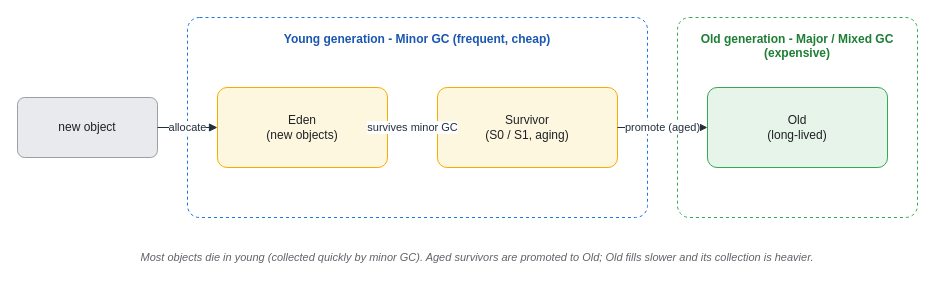
Above: assets/img/jvm/jvm-07-gc-generational.drawio in KKamJi98/kkamji98.github.io (draw.io), before the change. Source tidied: cells renumbered, new cells numbered last; positions are measured from the earlier drawing's top-left corner, leaving out a move shared by most shapes. Both pictures are drawn from the tidied source at 100%, with x=0, y=0 at pixel (17, 17).
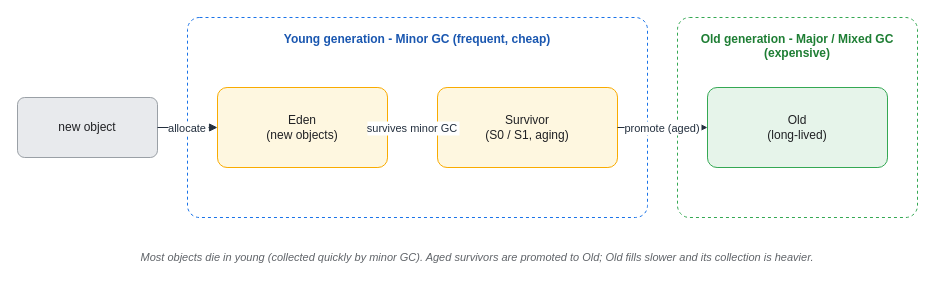
After the change.

Change to the diagram source:
```diff
@@
 <mxGraphModel background="#FFFFFF">
   <root>
     <mxCell id="0" />
     <mxCell id="1" parent="0" />
     <mxCell id="2" value="Young generation  -  Minor GC (frequent, cheap)" style="rounded=1;whiteSpace=wrap;html=1;arcSize=6;shadow=0;fillColor=#FFFFFF;strokeColor=#1A73E8;fontColor=#1A57B0;fontStyle=1;verticalAlign=top;align=center;dashed=1;spacingTop=8;" parent="1" vertex="1">
       <mxGeometry x="170" width="460" height="200" as="geometry" />
     </mxCell>
     <mxCell id="3" value="Old generation  -  Major / Mixed GC (expensive)" style="rounded=1;whiteSpace=wrap;html=1;arcSize=6;shadow=0;fillColor=#FFFFFF;strokeColor=#34A853;fontColor=#1E7E34;fontStyle=1;verticalAlign=top;align=center;dashed=1;spacingTop=8;" parent="1" vertex="1">
       <mxGeometry x="660" width="240" height="200" as="geometry" />
     </mxCell>
     <mxCell id="4" value="new object" style="rounded=1;whiteSpace=wrap;html=1;arcSize=12;shadow=0;fillColor=#E8EAED;strokeColor=#9AA0A6;fontColor=#202124;" parent="1" vertex="1">
       <mxGeometry y="80" width="140" height="60" as="geometry" />
     </mxCell>
     <mxCell id="5" value="Eden&#10;(new objects)" style="rounded=1;whiteSpace=wrap;html=1;arcSize=12;shadow=0;fillColor=#FEF7E0;strokeColor=#F9AB00;fontColor=#202124;" parent="1" vertex="1">
       <mxGeometry x="200" y="70" width="170" height="80" as="geometry" />
     </mxCell>
     <mxCell id="6" value="Survivor&#10;(S0 / S1, aging)" style="rounded=1;whiteSpace=wrap;html=1;arcSize=12;shadow=0;fillColor=#FEF7E0;strokeColor=#F9AB00;fontColor=#202124;" parent="1" vertex="1">
       <mxGeometry x="420" y="70" width="180" height="80" as="geometry" />
     </mxCell>
     <mxCell id="7" value="Old&#10;(long-lived)" style="rounded=1;whiteSpace=wrap;html=1;arcSize=12;shadow=0;fillColor=#E6F4EA;strokeColor=#34A853;fontColor=#202124;" parent="1" vertex="1">
       <mxGeometry x="690" y="70" width="180" height="80" as="geometry" />
     </mxCell>
     <mxCell id="8" value="Most objects die in young (collected quickly by minor GC). Aged survivors are promoted to Old; Old fills slower and its collection is heavier." style="text;html=1;align=center;verticalAlign=middle;whiteSpace=wrap;fontSize=11;fontColor=#5F6368;fontStyle=2;" parent="1" vertex="1">
       <mxGeometry x="20" y="220" width="880" height="40" as="geometry" />
     </mxCell>
-    <mxCell id="9" value="allocate" style="edgeStyle=orthogonalEdgeStyle;rounded=1;html=1;fontColor=#232F3E;strokeColor=#232F3E;labelBackgroundColor=#FFFFFF;endArrow=block;exitX=1;exitY=0.5;exitDx=0;exitDy=0;entryX=0;entryY=0.5;entryDx=0;entryDy=0;" parent="1" edge="1" source="4" target="5">
+    <mxCell id="9" value="allocate" style="edgeStyle=orthogonalEdgeStyle;rounded=1;html=0;fontColor=#232F3E;strokeColor=#232F3E;labelBackgroundColor=#FFFFFF;endArrow=block;exitX=1;exitY=0.5;exitDx=0;exitDy=0;entryX=0;entryY=0.5;entryDx=0;entryDy=0;" parent="1" edge="1" source="4" target="5">
       <mxGeometry relative="1" as="geometry" />
     </mxCell>
-    <mxCell id="10" value="survives minor GC" style="edgeStyle=orthogonalEdgeStyle;rounded=1;html=1;fontColor=#232F3E;strokeColor=#232F3E;labelBackgroundColor=#FFFFFF;endArrow=block;exitX=1;exitY=0.5;exitDx=0;exitDy=0;entryX=0;entryY=0.5;entryDx=0;entryDy=0;" parent="1" edge="1" source="5" target="6">
+    <mxCell id="10" value="survives minor GC" style="edgeStyle=orthogonalEdgeStyle;rounded=1;html=0;fontColor=#232F3E;strokeColor=#232F3E;labelBackgroundColor=#FFFFFF;endArrow=block;exitX=1;exitY=0.5;exitDx=0;exitDy=0;entryX=0;entryY=0.5;entryDx=0;entryDy=0;" parent="1" edge="1" source="5" target="6">
       <mxGeometry relative="1" as="geometry" />
     </mxCell>
-    <mxCell id="11" value="promote (aged)" style="edgeStyle=orthogonalEdgeStyle;rounded=1;html=1;fontColor=#232F3E;strokeColor=#232F3E;labelBackgroundColor=#FFFFFF;endArrow=block;exitX=1;exitY=0.5;exitDx=0;exitDy=0;entryX=0;entryY=0.5;entryDx=0;entryDy=0;" parent="1" edge="1" source="6" target="7">
+    <mxCell id="11" value="promote (aged)" style="edgeStyle=orthogonalEdgeStyle;rounded=1;html=0;fontColor=#232F3E;strokeColor=#232F3E;labelBackgroundColor=#FFFFFF;endArrow=block;exitX=1;exitY=0.5;exitDx=0;exitDy=0;entryX=0;entryY=0.5;entryDx=0;entryDy=0;" parent="1" edge="1" source="6" target="7">
       <mxGeometry relative="1" as="geometry" />
     </mxCell>
   </root>
 </mxGraphModel>
```
